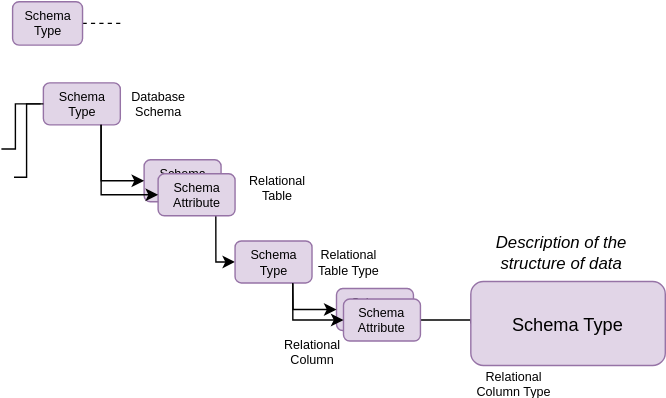
The draw.io diagram site/docs/practices/common-data-definitions/semantic-to-implementation-schemas.svg in odpi/egeria-docs, before a commit. Source tidied: cells renumbered, new cells last; positions are measured from the earlier drawing's top-left corner, leaving out a move shared by most shapes.
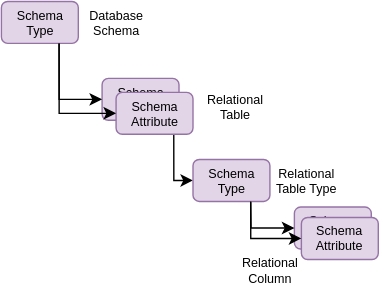
The same file after the commit.

Change to the diagram source:
```diff
@@ -5,7 +5,7 @@
     <mxCell id="2" value="Schema Type" style="rounded=1;whiteSpace=wrap;html=1;strokeColor=#9673a6;fillColor=#e1d5e7;fontSize=9;" parent="1" vertex="1">
       <mxGeometry x="29.5" y="58.5" width="55" height="30" as="geometry" />
     </mxCell>
-    <mxCell id="3" style="edgeStyle=orthogonalEdgeStyle;rounded=0;html=1;exitX=0.75;exitY=1;entryX=0;entryY=0.5;startArrow=none;startFill=0;endArrow=classic;endFill=1;jettySize=auto;fontSize=9;" parent="1" edge="1" source="5" target="15">
+    <mxCell id="3" style="edgeStyle=orthogonalEdgeStyle;rounded=0;html=1;exitX=0.75;exitY=1;entryX=0;entryY=0.5;startArrow=none;startFill=0;endArrow=classic;endFill=1;jettySize=auto;fontSize=9;" parent="1" edge="1" source="5" target="14">
       <mxGeometry relative="1" as="geometry">
         <Array as="points">
           <mxPoint x="153" y="187" />
@@ -24,76 +24,37 @@
     <mxCell id="7" value="Schema Attribute" style="rounded=1;whiteSpace=wrap;html=1;strokeColor=#9673a6;fillColor=#e1d5e7;fontSize=9;" parent="1" vertex="1">
       <mxGeometry x="239" y="205.5" width="55" height="30" as="geometry" />
     </mxCell>
-    <mxCell id="8" style="edgeStyle=orthogonalEdgeStyle;rounded=0;html=1;exitX=1;exitY=0.5;entryX=0;entryY=0.5;startArrow=none;startFill=0;endArrow=none;endFill=0;jettySize=auto;fontSize=9;" parent="1" edge="1" source="9" target="21">
-      <mxGeometry relative="1" as="geometry" />
+    <mxCell id="8" value="Schema Attribute" style="rounded=1;whiteSpace=wrap;html=1;strokeColor=#9673a6;fillColor=#e1d5e7;fontSize=9;" parent="1" vertex="1">
+      <mxGeometry x="244" y="213" width="55" height="30" as="geometry" />
     </mxCell>
-    <mxCell id="9" value="Schema Attribute" style="rounded=1;whiteSpace=wrap;html=1;strokeColor=#9673a6;fillColor=#e1d5e7;fontSize=9;" parent="1" vertex="1">
-      <mxGeometry x="244" y="213" width="55" height="30" as="geometry" />
+    <mxCell id="9" style="edgeStyle=orthogonalEdgeStyle;rounded=0;html=1;exitX=0.75;exitY=1;entryX=0;entryY=0.5;startArrow=none;startFill=0;endArrow=classic;endFill=1;jettySize=auto;fontSize=9;" parent="1" edge="1" source="14" target="8">
+      <mxGeometry relative="1" as="geometry" />
     </mxCell>
-    <mxCell id="10" style="edgeStyle=orthogonalEdgeStyle;rounded=0;html=1;exitX=0.75;exitY=1;entryX=0;entryY=0.5;startArrow=none;startFill=0;endArrow=classic;endFill=1;jettySize=auto;fontSize=9;" parent="1" edge="1" source="15" target="9">
-      <mxGeometry relative="1" as="geometry" />
+    <mxCell id="10" value="Database Schema" style="text;html=1;strokeColor=none;fillColor=none;align=center;verticalAlign=middle;whiteSpace=wrap;rounded=0;fontSize=9;" parent="1" vertex="1">
+      <mxGeometry x="92" y="63.5" width="40" height="20" as="geometry" />
     </mxCell>
-    <mxCell id="11" value="Database Schema" style="text;html=1;strokeColor=none;fillColor=none;align=center;verticalAlign=middle;whiteSpace=wrap;rounded=0;fontSize=9;" parent="1" vertex="1">
-      <mxGeometry x="92" y="63.5" width="40" height="20" as="geometry" />
+    <mxCell id="11" value="Relational Table" style="text;html=1;strokeColor=none;fillColor=none;align=center;verticalAlign=middle;whiteSpace=wrap;rounded=0;fontSize=9;" parent="1" vertex="1">
+      <mxGeometry x="176.5" y="123.5" width="40" height="20" as="geometry" />
     </mxCell>
-    <mxCell id="12" value="Relational Table" style="text;html=1;strokeColor=none;fillColor=none;align=center;verticalAlign=middle;whiteSpace=wrap;rounded=0;fontSize=9;" parent="1" vertex="1">
-      <mxGeometry x="176.5" y="123.5" width="40" height="20" as="geometry" />
+    <mxCell id="12" value="Relational Table Type" style="text;html=1;strokeColor=none;fillColor=none;align=center;verticalAlign=middle;whiteSpace=wrap;rounded=0;fontSize=9;" parent="1" vertex="1">
+      <mxGeometry x="222.5" y="176.5" width="50" height="20" as="geometry" />
     </mxCell>
-    <mxCell id="13" value="Relational Table Type" style="text;html=1;strokeColor=none;fillColor=none;align=center;verticalAlign=middle;whiteSpace=wrap;rounded=0;fontSize=9;" parent="1" vertex="1">
-      <mxGeometry x="222.5" y="176.5" width="50" height="20" as="geometry" />
+    <mxCell id="13" value="Relational Column" style="text;html=1;strokeColor=none;fillColor=none;align=center;verticalAlign=middle;whiteSpace=wrap;rounded=0;fontSize=9;" parent="1" vertex="1">
+      <mxGeometry x="201.5" y="240.5" width="40" height="20" as="geometry" />
     </mxCell>
-    <mxCell id="14" value="Relational Column" style="text;html=1;strokeColor=none;fillColor=none;align=center;verticalAlign=middle;whiteSpace=wrap;rounded=0;fontSize=9;" parent="1" vertex="1">
-      <mxGeometry x="201.5" y="240.5" width="40" height="20" as="geometry" />
+    <mxCell id="14" value="Schema Type" style="rounded=1;whiteSpace=wrap;html=1;strokeColor=#9673a6;fillColor=#e1d5e7;fontSize=9;" parent="1" vertex="1">
+      <mxGeometry x="166.5" y="171.5" width="55" height="30" as="geometry" />
     </mxCell>
-    <mxCell id="15" value="Schema Type" style="rounded=1;whiteSpace=wrap;html=1;strokeColor=#9673a6;fillColor=#e1d5e7;fontSize=9;" parent="1" vertex="1">
-      <mxGeometry x="166.5" y="171.5" width="55" height="30" as="geometry" />
+    <mxCell id="15" style="edgeStyle=orthogonalEdgeStyle;rounded=0;html=1;exitX=0.75;exitY=1;entryX=0;entryY=0.5;startArrow=none;startFill=0;endArrow=classic;endFill=1;jettySize=auto;fontSize=9;" parent="1" edge="1" source="2" target="5">
+      <mxGeometry relative="1" as="geometry" />
     </mxCell>
-    <mxCell id="16" value="Relational Column Type" style="text;html=1;strokeColor=none;fillColor=none;align=center;verticalAlign=middle;whiteSpace=wrap;rounded=0;fontSize=9;" parent="1" vertex="1">
-      <mxGeometry x="338" y="263.5" width="56" height="20" as="geometry" />
+    <mxCell id="16" style="edgeStyle=orthogonalEdgeStyle;rounded=0;html=1;exitX=0.75;exitY=1;entryX=0;entryY=0.5;startArrow=none;startFill=0;endArrow=classic;endFill=1;jettySize=auto;fontSize=9;" parent="1" edge="1" source="14" target="7">
+      <mxGeometry relative="1" as="geometry">
+        <Array as="points">
+          <mxPoint x="208" y="206" />
+          <mxPoint x="208" y="221" />
+        </Array>
+      </mxGeometry>
     </mxCell>
-    <mxCell id="17" style="edgeStyle=orthogonalEdgeStyle;rounded=0;html=1;exitX=1;exitY=0.25;entryX=0;entryY=0.5;startArrow=none;startFill=0;endArrow=none;endFill=0;jettySize=auto;fontSize=12;fontColor=#000000;" parent="1" edge="1" target="2">
-      <mxGeometry relative="1" as="geometry">
-        <mxPoint x="-0.5" y="105.8" as="sourcePoint" />
-        <Array as="points">
-          <mxPoint x="9.5" y="105.5" />
-          <mxPoint x="9.5" y="73.5" />
-        </Array>
-      </mxGeometry>
-    </mxCell>
-    <mxCell id="18" style="edgeStyle=orthogonalEdgeStyle;rounded=0;html=1;exitX=1;exitY=0.5;startArrow=none;startFill=0;endArrow=none;endFill=0;jettySize=auto;orthogonalLoop=1;fontSize=12;fontColor=#000000;" parent="1" edge="1">
-      <mxGeometry relative="1" as="geometry">
-        <mxPoint x="8.5" y="126" as="sourcePoint" />
-        <mxPoint x="27.5" y="73.5" as="targetPoint" />
-        <Array as="points">
-          <mxPoint x="17.5" y="125.5" />
-          <mxPoint x="17.5" y="73.5" />
-        </Array>
-      </mxGeometry>
-    </mxCell>
-    <mxCell id="19" style="edgeStyle=orthogonalEdgeStyle;rounded=0;html=1;exitX=1;exitY=0.5;startArrow=none;startFill=0;endArrow=none;endFill=0;jettySize=auto;fontSize=12;fontColor=#000000;dashed=1;" parent="1" edge="1" source="20">
-      <mxGeometry relative="1" as="geometry">
-        <mxPoint x="87.5" y="16" as="targetPoint" />
-      </mxGeometry>
-    </mxCell>
-    <mxCell id="20" value="Schema Type" style="rounded=1;whiteSpace=wrap;html=1;strokeColor=#9673a6;fillColor=#e1d5e7;fontSize=9;" parent="1" vertex="1">
-      <mxGeometry x="7.5" y="0.5" width="50" height="31" as="geometry" />
-    </mxCell>
-    <mxCell id="21" value="Schema Type" style="rounded=1;whiteSpace=wrap;html=1;strokeColor=#9673a6;fillColor=#e1d5e7;fontSize=13;" parent="1" vertex="1">
-      <mxGeometry x="335" y="200.5" width="139" height="60" as="geometry" />
-    </mxCell>
-    <mxCell id="22" value="Description of the structure of data" style="text;html=1;strokeColor=none;fillColor=none;align=center;verticalAlign=middle;whiteSpace=wrap;rounded=0;fontSize=12;fontColor=#000000;fontStyle=2;" parent="1" vertex="1">
-      <mxGeometry x="344.5" y="164.5" width="110" height="30" as="geometry" />
-    </mxCell>
-    <mxCell id="23" style="edgeStyle=orthogonalEdgeStyle;rounded=0;html=1;exitX=0.75;exitY=1;entryX=0;entryY=0.5;startArrow=none;startFill=0;endArrow=classic;endFill=1;jettySize=auto;fontSize=9;" parent="1" edge="1" source="2" target="5">
-      <mxGeometry relative="1" as="geometry" />
-    </mxCell>
-    <mxCell id="24" style="edgeStyle=orthogonalEdgeStyle;rounded=0;html=1;exitX=0.75;exitY=1;entryX=0;entryY=0.5;startArrow=none;startFill=0;endArrow=classic;endFill=1;jettySize=auto;fontSize=9;" parent="1" edge="1" source="15" target="7">
-      <mxGeometry relative="1" as="geometry">
-        <Array as="points">
-          <mxPoint x="208" y="206" />
-          <mxPoint x="208" y="221" />
-        </Array>
-      </mxGeometry>
-    </mxCell>
   </root>
 </mxGraphModel>
```
